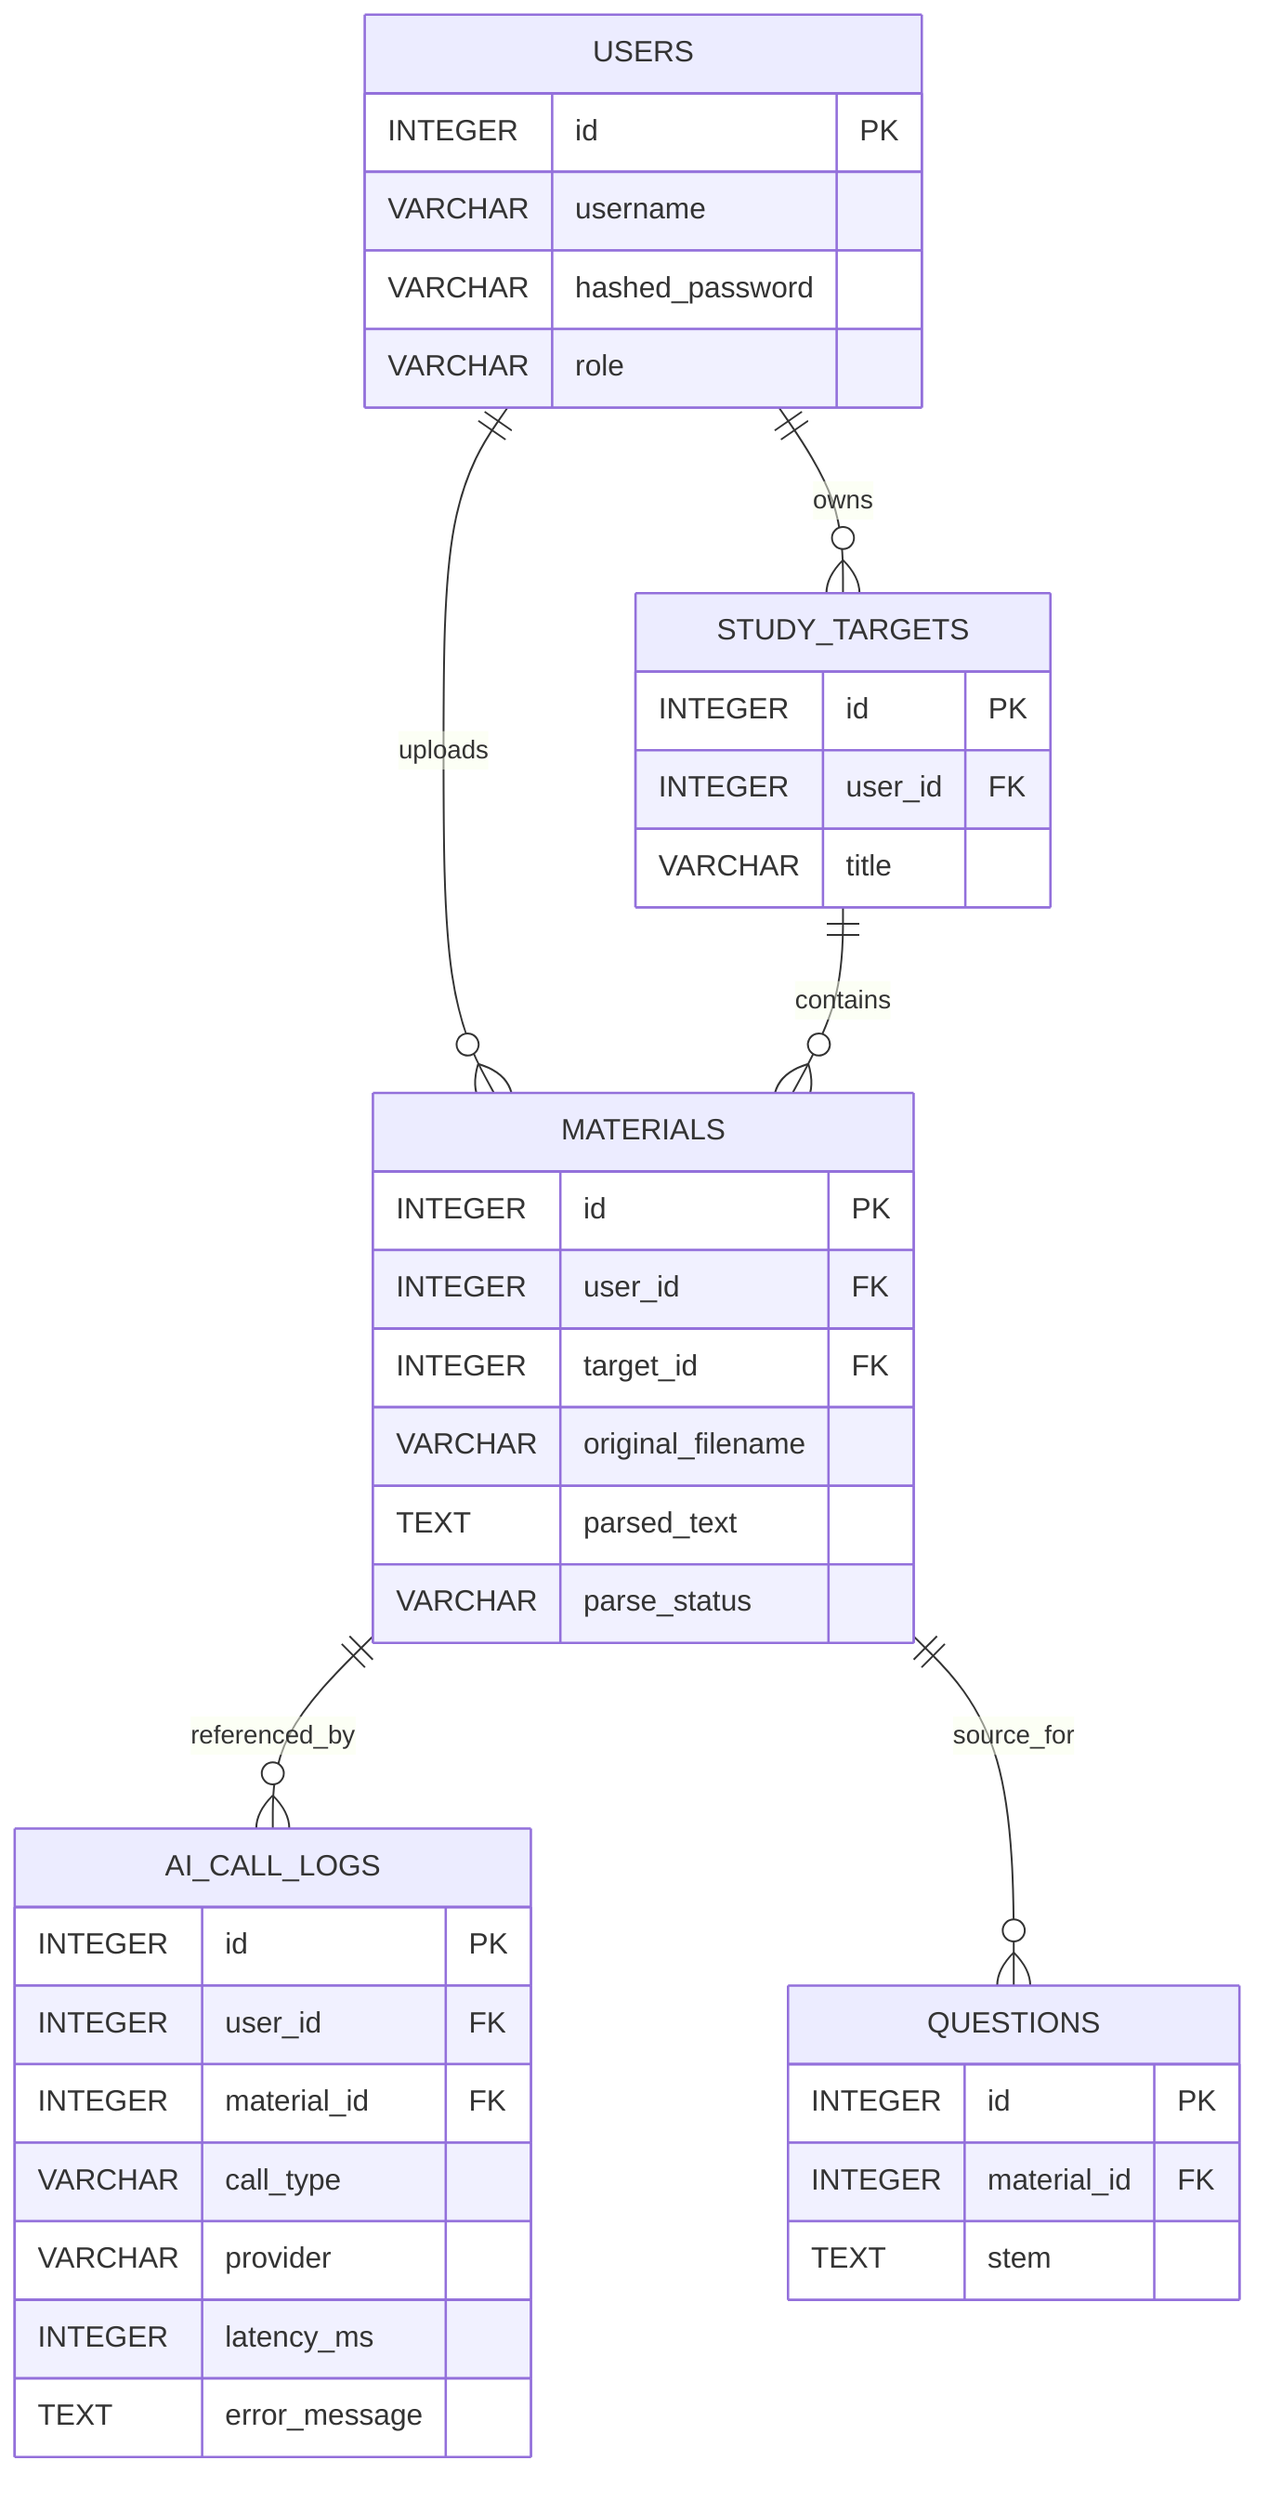
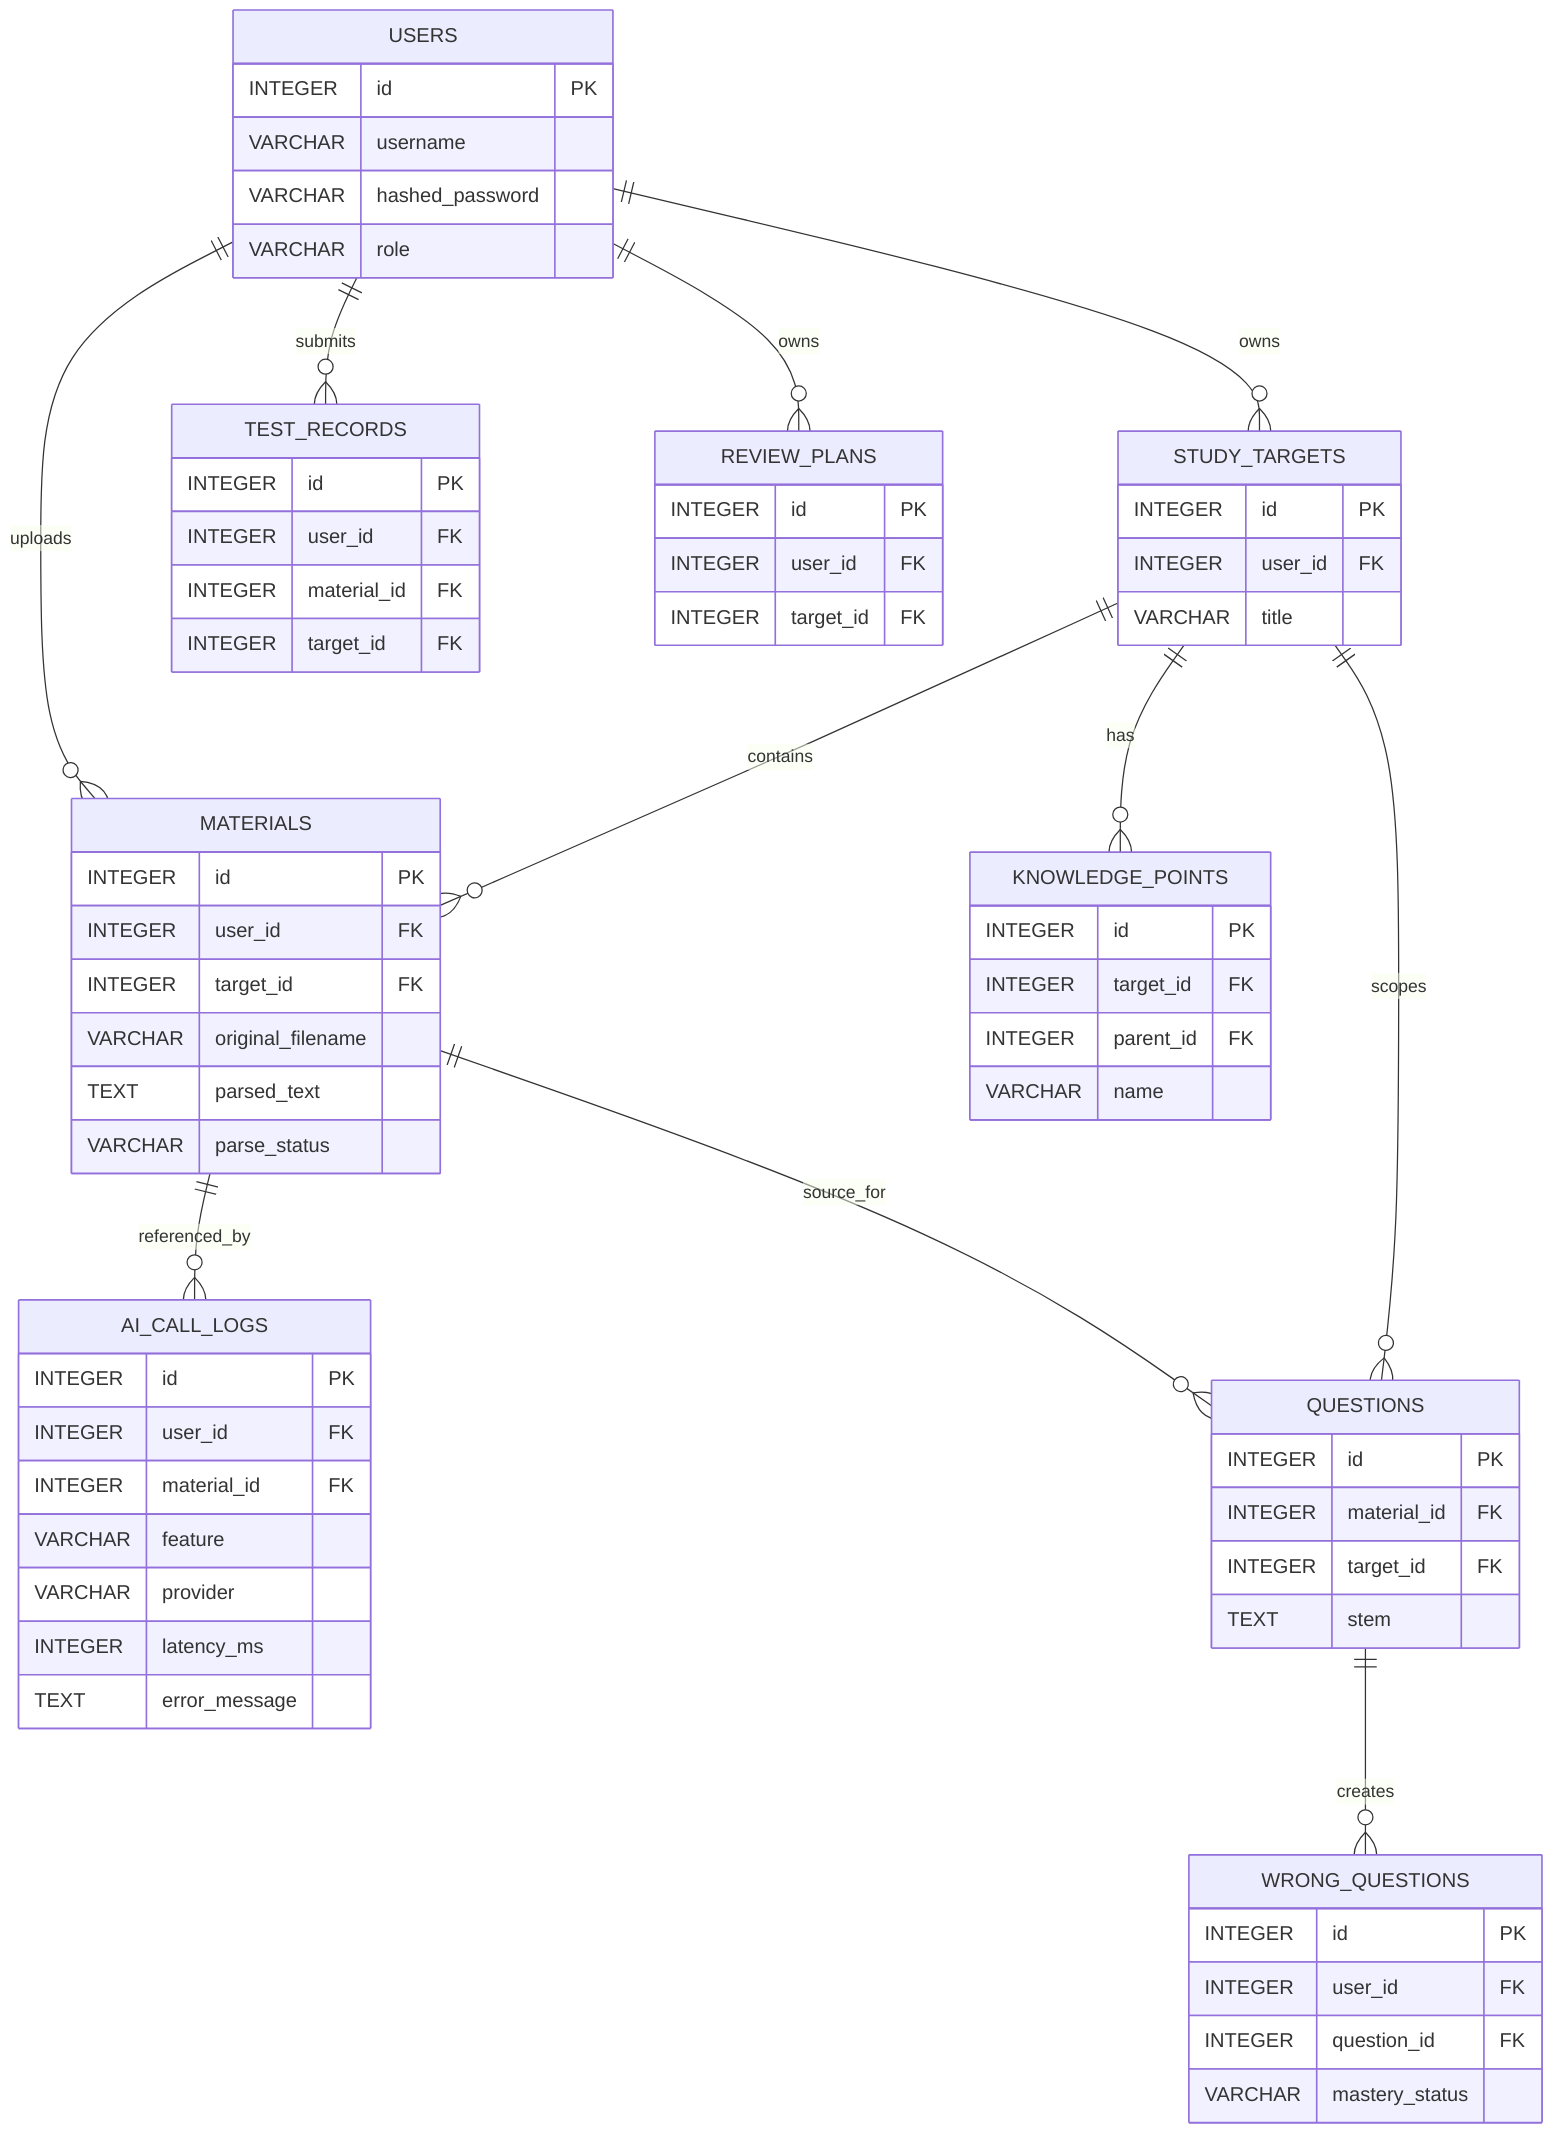
erDiagram
  USERS {
    INTEGER id PK
    VARCHAR username
    VARCHAR hashed_password
    VARCHAR role
  }
  STUDY_TARGETS {
    INTEGER id PK
    INTEGER user_id FK
    VARCHAR title
  }
  MATERIALS {
    INTEGER id PK
    INTEGER user_id FK
    INTEGER target_id FK
    VARCHAR original_filename
    TEXT parsed_text
    VARCHAR parse_status
  }
+   KNOWLEDGE_POINTS {
+     INTEGER id PK
+     INTEGER target_id FK
+     INTEGER parent_id FK
+     VARCHAR name
+   }
  AI_CALL_LOGS {
    INTEGER id PK
    INTEGER user_id FK
    INTEGER material_id FK
-     VARCHAR call_type
+     VARCHAR feature
    VARCHAR provider
    INTEGER latency_ms
    TEXT error_message
  }
  QUESTIONS {
    INTEGER id PK
    INTEGER material_id FK
+     INTEGER target_id FK
    TEXT stem
+   }
+   TEST_RECORDS {
+     INTEGER id PK
+     INTEGER user_id FK
+     INTEGER material_id FK
+     INTEGER target_id FK
+   }
+   WRONG_QUESTIONS {
+     INTEGER id PK
+     INTEGER user_id FK
+     INTEGER question_id FK
+     VARCHAR mastery_status
+   }
+   REVIEW_PLANS {
+     INTEGER id PK
+     INTEGER user_id FK
+     INTEGER target_id FK
  }

  USERS ||--o{ STUDY_TARGETS : owns
  USERS ||--o{ MATERIALS : uploads
  STUDY_TARGETS ||--o{ MATERIALS : contains
+   STUDY_TARGETS ||--o{ KNOWLEDGE_POINTS : has
  MATERIALS ||--o{ AI_CALL_LOGS : referenced_by
  MATERIALS ||--o{ QUESTIONS : source_for
+   STUDY_TARGETS ||--o{ QUESTIONS : scopes
+   USERS ||--o{ TEST_RECORDS : submits
+   QUESTIONS ||--o{ WRONG_QUESTIONS : creates
+   USERS ||--o{ REVIEW_PLANS : owns
